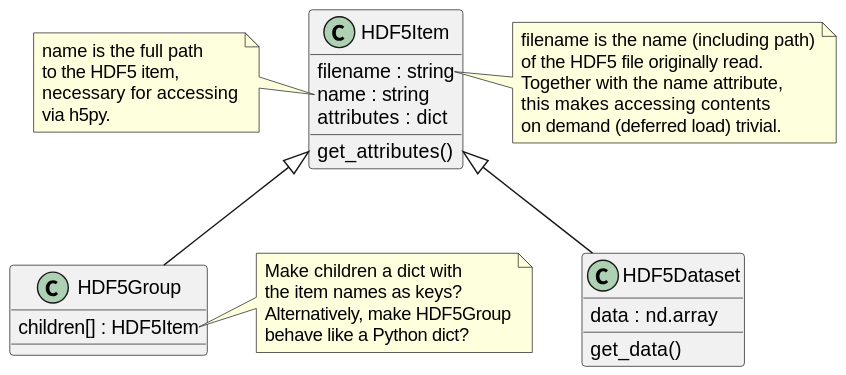
The PlantUML diagram docs/uml/evedata.io.eveH5.svg in tillbiskup/evedata, before a commit. Its diagram source:
```plantuml
@startuml

class HDF5Item {
    filename : string
    name : string
    attributes : dict
    get_attributes()
}

note right of HDF5Item::filename {
    filename is the name (including path)
    of the HDF5 file originally read.
    Together with the name attribute,
    this makes accessing contents
    on demand (deferred load) trivial.
}

note left of HDF5Item::name {
    name is the full path
    to the HDF5 item,
    necessary for accessing
    via h5py.
}

class HDF5Group extends HDF5Item {
    children[] : HDF5Item
}

note right of HDF5Group::children {
    Make children a dict with
    the item names as keys?
    Alternatively, make HDF5Group
    behave like a Python dict?
}

class HDF5Dataset extends HDF5Item {
    data : nd.array
    get_data()
}
@enduml
```
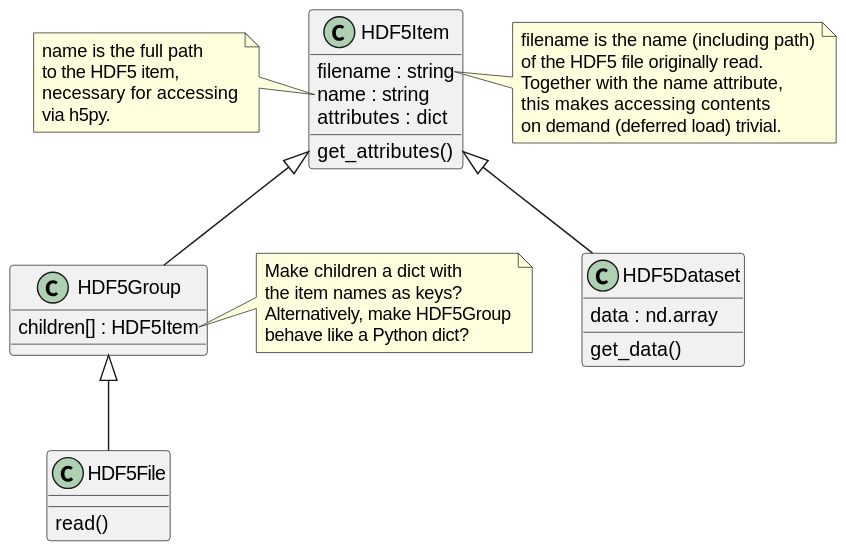
Later version of the same file.

Commit message:
Update evedata.io.eveH5 class diagram; subpackage=>module

The edit, as a diff of the source:
```diff
@@ -37,4 +37,9 @@
     data : nd.array
     get_data()
 }
+
+
+class HDF5File extends HDF5Group {
+    read()
+}
 @enduml
```
